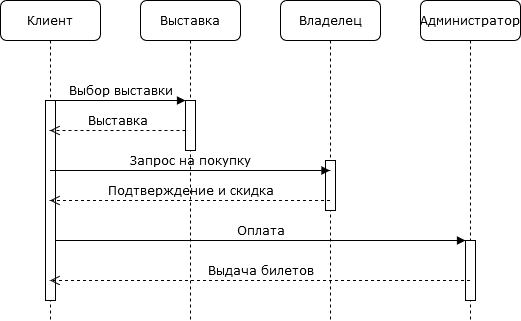
MrSandman5/ApplicationArchitecture keeps this draw.io diagram as Оптовая покупка.png. Above is the earlier version. Source tidied: cells renumbered, new cells last; positions are measured from the earlier drawing's top-left corner, leaving out a move shared by most shapes. Source of this version:
```xml
<mxGraphModel background="#ffffff">
  <root>
    <mxCell id="0" />
    <mxCell id="1" parent="0" />
    <mxCell id="2" value="Выставка" style="shape=umlLifeline;perimeter=lifelinePerimeter;whiteSpace=wrap;html=1;rounded=1;shadow=0;comic=0;labelBackgroundColor=none;strokeWidth=1;fontFamily=Verdana;fontSize=12;align=center;" parent="1" vertex="1">
      <mxGeometry x="140" width="100" height="320" as="geometry" />
    </mxCell>
    <mxCell id="3" style="html=1;points=[];perimeter=orthogonalPerimeter;rounded=0;shadow=0;comic=0;labelBackgroundColor=none;strokeWidth=1;fontFamily=Verdana;fontSize=12;align=center;" parent="2" vertex="1">
      <mxGeometry x="45" y="100" width="10" height="50" as="geometry" />
    </mxCell>
    <mxCell id="4" value="Владелец" style="shape=umlLifeline;perimeter=lifelinePerimeter;whiteSpace=wrap;html=1;outlineConnect=0;rounded=1;shadow=0;comic=0;labelBackgroundColor=none;strokeWidth=1;fontFamily=Verdana;fontSize=12;align=center;" parent="1" vertex="1">
      <mxGeometry x="280" width="100" height="320" as="geometry" />
    </mxCell>
    <mxCell id="5" style="html=1;perimeter=orthogonalPerimeter;rounded=0;shadow=0;comic=0;labelBackgroundColor=none;strokeWidth=1;fontFamily=Verdana;fontSize=12;align=center;" parent="4" vertex="1">
      <mxGeometry x="45" y="160" width="10" height="50" as="geometry" />
    </mxCell>
    <mxCell id="6" value="Администратор" style="shape=umlLifeline;perimeter=lifelinePerimeter;whiteSpace=wrap;html=1;outlineConnect=0;rounded=1;shadow=0;comic=0;labelBackgroundColor=none;strokeWidth=1;fontFamily=Verdana;fontSize=12;align=center;" parent="1" vertex="1">
      <mxGeometry x="420" width="100" height="320" as="geometry" />
    </mxCell>
    <mxCell id="7" style="html=1;points=[];perimeter=orthogonalPerimeter;rounded=0;shadow=0;comic=0;labelBackgroundColor=none;strokeWidth=1;fontFamily=Verdana;fontSize=12;align=center;" parent="6" vertex="1">
      <mxGeometry x="45" y="240" width="10" height="60" as="geometry" />
    </mxCell>
    <mxCell id="8" value="Клиент" style="shape=umlLifeline;perimeter=lifelinePerimeter;whiteSpace=wrap;html=1;outlineConnect=0;rounded=1;shadow=0;comic=0;labelBackgroundColor=none;strokeWidth=1;fontFamily=Verdana;fontSize=12;align=center;" parent="1" vertex="1">
      <mxGeometry width="100" height="320" as="geometry" />
    </mxCell>
    <mxCell id="9" style="html=1;points=[];perimeter=orthogonalPerimeter;rounded=0;shadow=0;comic=0;labelBackgroundColor=none;strokeWidth=1;fontFamily=Verdana;fontSize=12;align=center;" parent="8" vertex="1">
      <mxGeometry x="45" y="100" width="10" height="200" as="geometry" />
    </mxCell>
    <mxCell id="10" value="Оплата" style="html=1;verticalAlign=bottom;endArrow=block;entryX=0;entryY=0;labelBackgroundColor=none;fontFamily=Verdana;fontSize=12;" parent="1" edge="1" source="9" target="7">
      <mxGeometry relative="1" as="geometry" />
    </mxCell>
    <mxCell id="11" value="Выбор выставки" style="html=1;verticalAlign=bottom;endArrow=block;entryX=0;entryY=0;labelBackgroundColor=none;fontFamily=Verdana;fontSize=12;edgeStyle=elbowEdgeStyle;elbow=vertical;" parent="1" edge="1" source="9" target="3">
      <mxGeometry relative="1" as="geometry" />
    </mxCell>
    <mxCell id="12" value="Запрос на покупку" style="html=1;verticalAlign=bottom;endArrow=block;labelBackgroundColor=none;fontFamily=Verdana;fontSize=12;edgeStyle=elbowEdgeStyle;elbow=vertical;" parent="1" edge="1" source="8" target="4">
      <mxGeometry relative="1" as="geometry">
        <Array as="points">
          <mxPoint x="230" y="170" />
        </Array>
      </mxGeometry>
    </mxCell>
    <mxCell id="13" value="Выставка" style="html=1;verticalAlign=bottom;endArrow=open;dashed=1;endSize=8;labelBackgroundColor=none;fontFamily=Verdana;fontSize=12;edgeStyle=elbowEdgeStyle;elbow=vertical;" parent="1" edge="1" source="3" target="8">
      <mxGeometry relative="1" as="geometry">
        <Array as="points">
          <mxPoint x="120" y="130" />
          <mxPoint x="150" y="130" />
        </Array>
      </mxGeometry>
    </mxCell>
    <mxCell id="14" value="Подтверждение и скидка" style="html=1;verticalAlign=bottom;endArrow=open;dashed=1;endSize=8;labelBackgroundColor=none;fontFamily=Verdana;fontSize=12;edgeStyle=elbowEdgeStyle;elbow=vertical;" parent="1" edge="1" source="4" target="8">
      <mxGeometry relative="1" as="geometry">
        <Array as="points">
          <mxPoint x="210" y="200" />
          <mxPoint x="230" y="210" />
          <mxPoint x="260" y="210" />
        </Array>
      </mxGeometry>
    </mxCell>
    <mxCell id="15" value="Выдача билетов" style="html=1;verticalAlign=bottom;endArrow=open;dashed=1;endSize=8;labelBackgroundColor=none;fontFamily=Verdana;fontSize=12;edgeStyle=elbowEdgeStyle;elbow=vertical;" parent="1" edge="1" source="6" target="8">
      <mxGeometry relative="1" as="geometry">
        <Array as="points">
          <mxPoint x="250" y="280" />
          <mxPoint x="280" y="280" />
        </Array>
      </mxGeometry>
    </mxCell>
  </root>
</mxGraphModel>
```
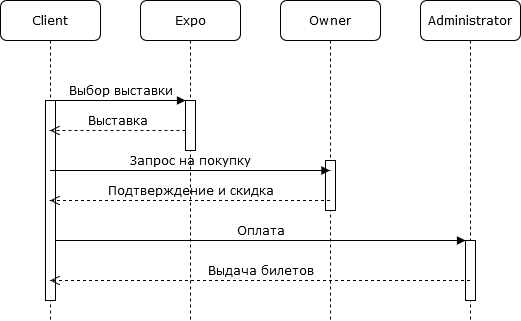
After the commit.

Diff of the diagram source:
```diff
@@ -2,25 +2,25 @@
   <root>
     <mxCell id="0" />
     <mxCell id="1" parent="0" />
-    <mxCell id="2" value="Выставка" style="shape=umlLifeline;perimeter=lifelinePerimeter;whiteSpace=wrap;html=1;rounded=1;shadow=0;comic=0;labelBackgroundColor=none;strokeWidth=1;fontFamily=Verdana;fontSize=12;align=center;" parent="1" vertex="1">
+    <mxCell id="2" value="Expo" style="shape=umlLifeline;perimeter=lifelinePerimeter;whiteSpace=wrap;html=1;rounded=1;shadow=0;comic=0;labelBackgroundColor=none;strokeWidth=1;fontFamily=Verdana;fontSize=12;align=center;" parent="1" vertex="1">
       <mxGeometry x="140" width="100" height="320" as="geometry" />
     </mxCell>
     <mxCell id="3" style="html=1;points=[];perimeter=orthogonalPerimeter;rounded=0;shadow=0;comic=0;labelBackgroundColor=none;strokeWidth=1;fontFamily=Verdana;fontSize=12;align=center;" parent="2" vertex="1">
       <mxGeometry x="45" y="100" width="10" height="50" as="geometry" />
     </mxCell>
-    <mxCell id="4" value="Владелец" style="shape=umlLifeline;perimeter=lifelinePerimeter;whiteSpace=wrap;html=1;outlineConnect=0;rounded=1;shadow=0;comic=0;labelBackgroundColor=none;strokeWidth=1;fontFamily=Verdana;fontSize=12;align=center;" parent="1" vertex="1">
+    <mxCell id="4" value="Owner" style="shape=umlLifeline;perimeter=lifelinePerimeter;whiteSpace=wrap;html=1;outlineConnect=0;rounded=1;shadow=0;comic=0;labelBackgroundColor=none;strokeWidth=1;fontFamily=Verdana;fontSize=12;align=center;" parent="1" vertex="1">
       <mxGeometry x="280" width="100" height="320" as="geometry" />
     </mxCell>
     <mxCell id="5" style="html=1;perimeter=orthogonalPerimeter;rounded=0;shadow=0;comic=0;labelBackgroundColor=none;strokeWidth=1;fontFamily=Verdana;fontSize=12;align=center;" parent="4" vertex="1">
       <mxGeometry x="45" y="160" width="10" height="50" as="geometry" />
     </mxCell>
-    <mxCell id="6" value="Администратор" style="shape=umlLifeline;perimeter=lifelinePerimeter;whiteSpace=wrap;html=1;outlineConnect=0;rounded=1;shadow=0;comic=0;labelBackgroundColor=none;strokeWidth=1;fontFamily=Verdana;fontSize=12;align=center;" parent="1" vertex="1">
+    <mxCell id="6" value="Administrator" style="shape=umlLifeline;perimeter=lifelinePerimeter;whiteSpace=wrap;html=1;outlineConnect=0;rounded=1;shadow=0;comic=0;labelBackgroundColor=none;strokeWidth=1;fontFamily=Verdana;fontSize=12;align=center;" parent="1" vertex="1">
       <mxGeometry x="420" width="100" height="320" as="geometry" />
     </mxCell>
     <mxCell id="7" style="html=1;points=[];perimeter=orthogonalPerimeter;rounded=0;shadow=0;comic=0;labelBackgroundColor=none;strokeWidth=1;fontFamily=Verdana;fontSize=12;align=center;" parent="6" vertex="1">
       <mxGeometry x="45" y="240" width="10" height="60" as="geometry" />
     </mxCell>
-    <mxCell id="8" value="Клиент" style="shape=umlLifeline;perimeter=lifelinePerimeter;whiteSpace=wrap;html=1;outlineConnect=0;rounded=1;shadow=0;comic=0;labelBackgroundColor=none;strokeWidth=1;fontFamily=Verdana;fontSize=12;align=center;" parent="1" vertex="1">
+    <mxCell id="8" value="Client" style="shape=umlLifeline;perimeter=lifelinePerimeter;whiteSpace=wrap;html=1;outlineConnect=0;rounded=1;shadow=0;comic=0;labelBackgroundColor=none;strokeWidth=1;fontFamily=Verdana;fontSize=12;align=center;" parent="1" vertex="1">
       <mxGeometry width="100" height="320" as="geometry" />
     </mxCell>
     <mxCell id="9" style="html=1;points=[];perimeter=orthogonalPerimeter;rounded=0;shadow=0;comic=0;labelBackgroundColor=none;strokeWidth=1;fontFamily=Verdana;fontSize=12;align=center;" parent="8" vertex="1">
```
